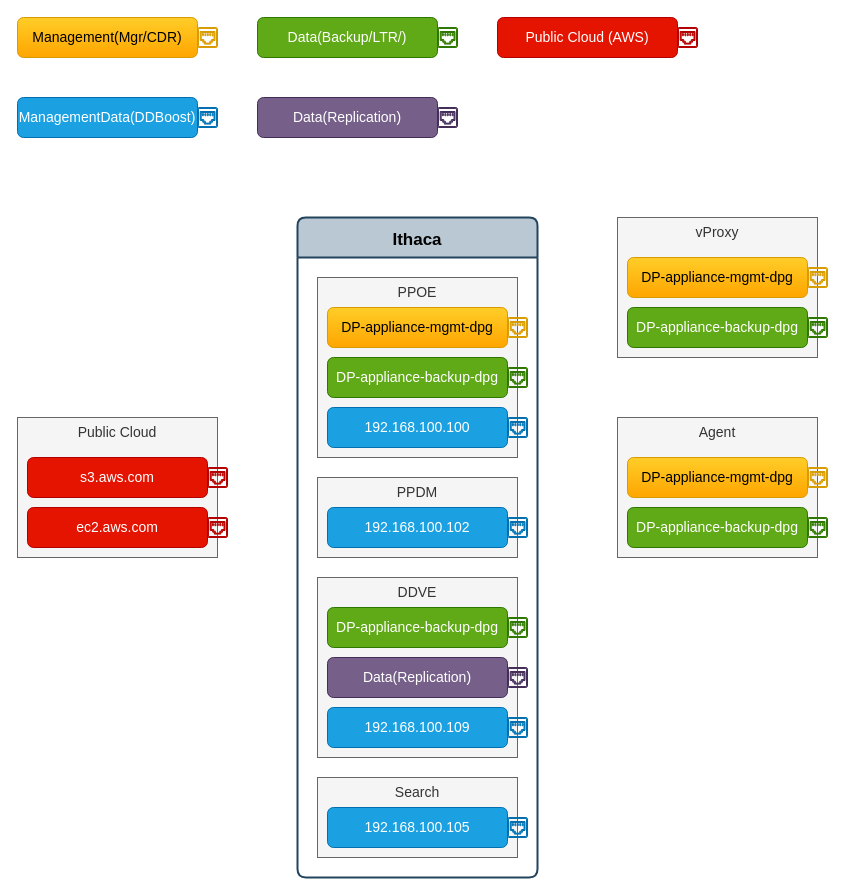
This is page "Appliance" (11 of 11) of VLAN.drawio from gaivin/drawio, a draw.io file, before an edit. Source tidied: cells renumbered, new cells numbered last; positions are measured from the earlier drawing's top-left corner, leaving out a move shared by most shapes. Both pictures are drawn from the tidied source at 100%, with x=0, y=0 at pixel (17, 17).
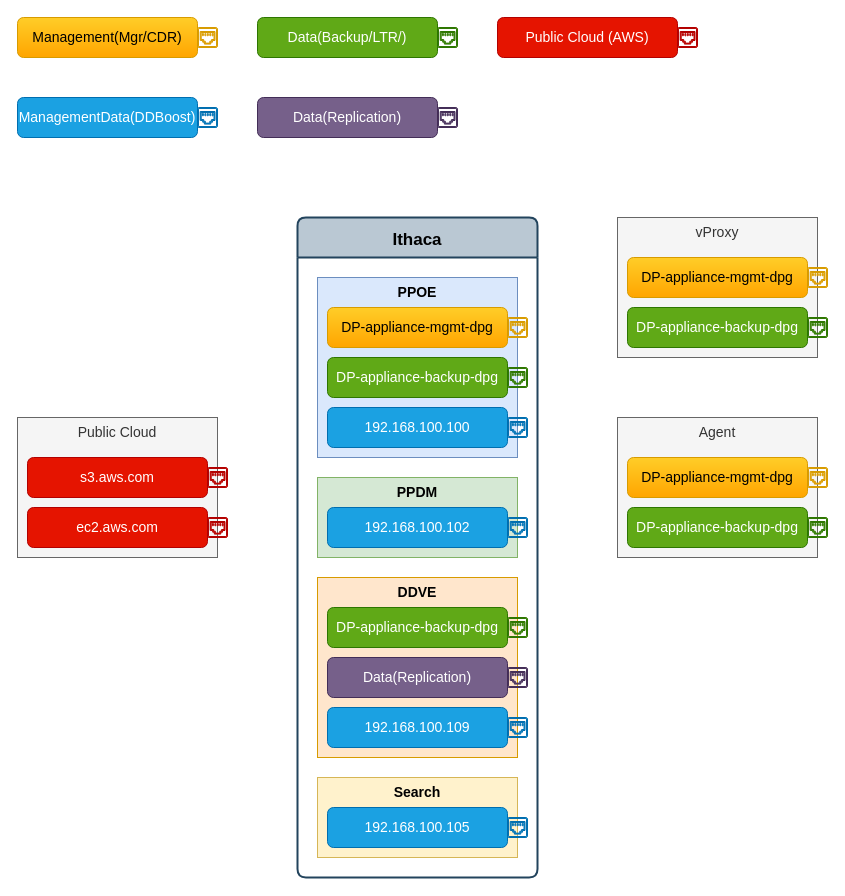
The same diagram, later.

Unchanged cells that the change refers to:
```xml
<mxCell id="2" value="Ithaca" style="swimlane;startSize=40;fontSize=17;rounded=1;arcSize=7;glass=0;shadow=0;sketch=0;fillColor=#bac8d3;strokeColor=#23445d;strokeWidth=2;" parent="1" vertex="1">
  <mxGeometry x="280" y="200" width="240" height="660" as="geometry" />
</mxCell>
```

What changed in the source:
```diff
@@
-    <mxCell id="3" value="PPOE" style="rounded=0;whiteSpace=wrap;html=1;shadow=0;glass=0;sketch=0;fontSize=14;verticalAlign=top;fillColor=#f5f5f5;fontColor=#333333;strokeColor=#666666;" parent="2" vertex="1">
+    <mxCell id="3" value="PPOE" style="rounded=0;whiteSpace=wrap;html=1;shadow=0;glass=0;sketch=0;fontSize=14;verticalAlign=top;fillColor=#dae8fc;strokeColor=#6c8ebf;fontStyle=1;" parent="2" vertex="1">
       <mxGeometry x="20" y="60" width="200" height="180" as="geometry" />
     </mxCell>
-    <mxCell id="4" value="PPDM" style="rounded=0;whiteSpace=wrap;html=1;shadow=0;glass=0;sketch=0;fontSize=14;verticalAlign=top;fillColor=#f5f5f5;fontColor=#333333;strokeColor=#666666;" parent="2" vertex="1">
+    <mxCell id="4" value="PPDM" style="rounded=0;whiteSpace=wrap;html=1;shadow=0;glass=0;sketch=0;fontSize=14;verticalAlign=top;fillColor=#d5e8d4;strokeColor=#82b366;fontStyle=1;" parent="2" vertex="1">
       <mxGeometry x="20" y="260" width="200" height="80" as="geometry" />
     </mxCell>
-    <mxCell id="5" value="DDVE" style="rounded=0;whiteSpace=wrap;html=1;shadow=0;glass=0;sketch=0;fontSize=14;verticalAlign=top;fillColor=#f5f5f5;fontColor=#333333;strokeColor=#666666;" parent="2" vertex="1">
+    <mxCell id="5" value="DDVE" style="rounded=0;whiteSpace=wrap;html=1;shadow=0;glass=0;sketch=0;fontSize=14;verticalAlign=top;fillColor=#ffe6cc;strokeColor=#d79b00;fontStyle=1;" parent="2" vertex="1">
       <mxGeometry x="20" y="360" width="200" height="180" as="geometry" />
     </mxCell>
-    <mxCell id="6" value="Search" style="rounded=0;whiteSpace=wrap;html=1;shadow=0;glass=0;sketch=0;fontSize=14;verticalAlign=top;fillColor=#f5f5f5;fontColor=#333333;strokeColor=#666666;" parent="2" vertex="1">
+    <mxCell id="6" value="Search" style="rounded=0;whiteSpace=wrap;html=1;shadow=0;glass=0;sketch=0;fontSize=14;verticalAlign=top;fillColor=#fff2cc;strokeColor=#d6b656;fontStyle=1;" parent="2" vertex="1">
       <mxGeometry x="20" y="560" width="200" height="80" as="geometry" />
     </mxCell>
```
